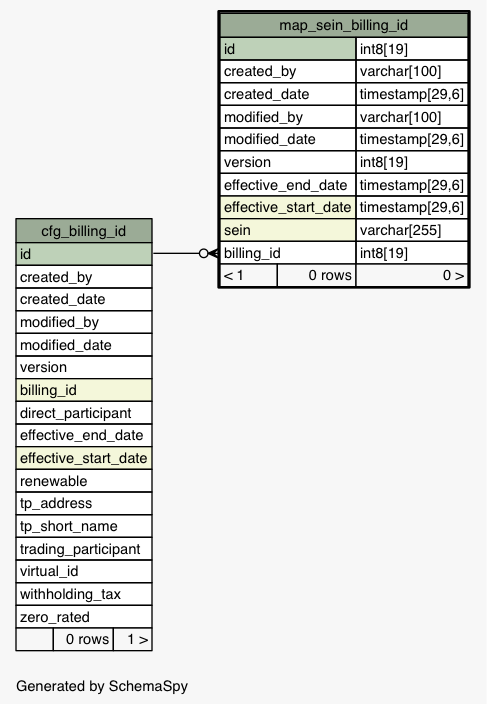
eyana-m/python-data-dictionary-writer keeps this Graphviz diagram as Data/settlement/diagrams/map_sein_billing_id.1degree.png. Above is the earlier version. Its source is kept beside it as Data/settlement/diagrams/map_sein_billing_id.1degree.dot.
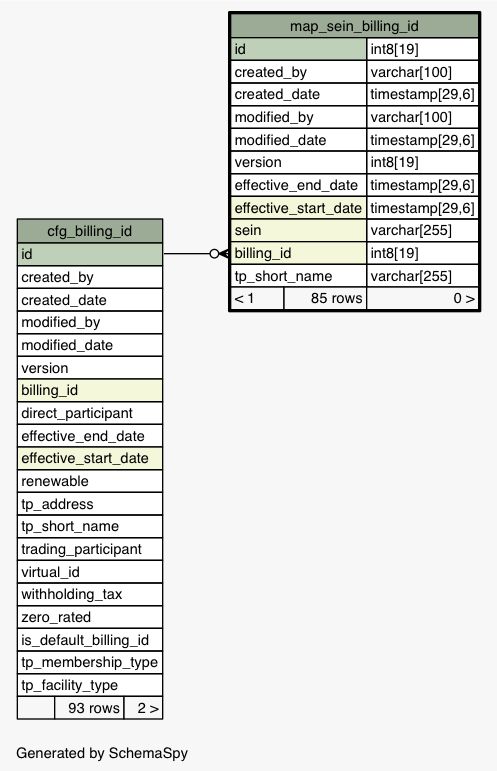
The same diagram one commit later.

What changed in the source:
```diff
@@ -39,7 +39,10 @@
       <TR><TD PORT="virtual_id" COLSPAN="3" ALIGN="LEFT">virtual_id</TD></TR>
       <TR><TD PORT="withholding_tax" COLSPAN="3" ALIGN="LEFT">withholding_tax</TD></TR>
       <TR><TD PORT="zero_rated" COLSPAN="3" ALIGN="LEFT">zero_rated</TD></TR>
-      <TR><TD ALIGN="LEFT" BGCOLOR="#f7f7f7">  </TD><TD ALIGN="RIGHT" BGCOLOR="#f7f7f7">0 rows</TD><TD ALIGN="RIGHT" BGCOLOR="#f7f7f7">1 &gt;</TD></TR>
+      <TR><TD PORT="is_default_billing_id" COLSPAN="3" ALIGN="LEFT">is_default_billing_id</TD></TR>
+      <TR><TD PORT="tp_membership_type" COLSPAN="3" ALIGN="LEFT">tp_membership_type</TD></TR>
+      <TR><TD PORT="tp_facility_type" COLSPAN="3" ALIGN="LEFT">tp_facility_type</TD></TR>
+      <TR><TD ALIGN="LEFT" BGCOLOR="#f7f7f7">  </TD><TD ALIGN="RIGHT" BGCOLOR="#f7f7f7">93 rows</TD><TD ALIGN="RIGHT" BGCOLOR="#f7f7f7">2 &gt;</TD></TR>
     </TABLE>>
     URL="cfg_billing_id.html"
     tooltip="cfg_billing_id"
@@ -57,8 +60,9 @@
       <TR><TD PORT="effective_end_date" COLSPAN="2" ALIGN="LEFT">effective_end_date</TD><TD PORT="effective_end_date.type" ALIGN="LEFT">timestamp[29,6]</TD></TR>
       <TR><TD PORT="effective_start_date" COLSPAN="2" BGCOLOR="#f4f7da" ALIGN="LEFT">effective_start_date</TD><TD PORT="effective_start_date.type" ALIGN="LEFT">timestamp[29,6]</TD></TR>
       <TR><TD PORT="sein" COLSPAN="2" BGCOLOR="#f4f7da" ALIGN="LEFT">sein</TD><TD PORT="sein.type" ALIGN="LEFT">varchar[255]</TD></TR>
-      <TR><TD PORT="billing_id" COLSPAN="2" ALIGN="LEFT">billing_id</TD><TD PORT="billing_id.type" ALIGN="LEFT">int8[19]</TD></TR>
-      <TR><TD ALIGN="LEFT" BGCOLOR="#f7f7f7">&lt; 1</TD><TD ALIGN="RIGHT" BGCOLOR="#f7f7f7">0 rows</TD><TD ALIGN="RIGHT" BGCOLOR="#f7f7f7">0 &gt;</TD></TR>
+      <TR><TD PORT="billing_id" COLSPAN="2" BGCOLOR="#f4f7da" ALIGN="LEFT">billing_id</TD><TD PORT="billing_id.type" ALIGN="LEFT">int8[19]</TD></TR>
+      <TR><TD PORT="tp_short_name" COLSPAN="2" ALIGN="LEFT">tp_short_name</TD><TD PORT="tp_short_name.type" ALIGN="LEFT">varchar[255]</TD></TR>
+      <TR><TD ALIGN="LEFT" BGCOLOR="#f7f7f7">&lt; 1</TD><TD ALIGN="RIGHT" BGCOLOR="#f7f7f7">85 rows</TD><TD ALIGN="RIGHT" BGCOLOR="#f7f7f7">0 &gt;</TD></TR>
     </TABLE>>
     URL="map_sein_billing_id.html"
     tooltip="map_sein_billing_id"
```
